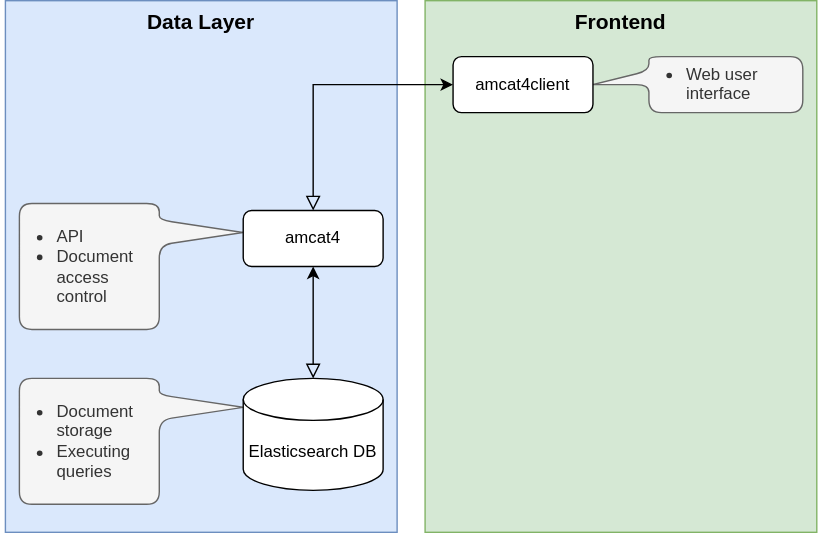
Above: amcat-flow-docker.drawio.svg in ccs-amsterdam/amcat4docker (draw.io), before the change. Source tidied: cells renumbered, new cells last; positions are measured from the earlier drawing's top-left corner, leaving out a move shared by most shapes.
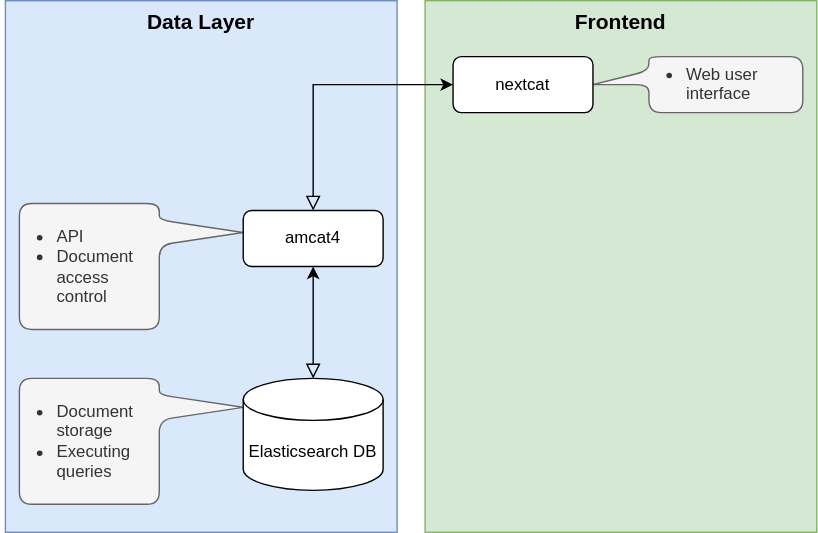
Later version of the same file.

The edit, as a diff of the source:
```diff
@@ -29,7 +29,7 @@
     <mxCell id="7" value="&lt;ul&gt;&lt;li&gt;Web user interface&lt;/li&gt;&lt;/ul&gt;" style="shape=callout;whiteSpace=wrap;html=1;perimeter=calloutPerimeter;perimeterSpacing=0;rounded=1;position2=0.5;base=10;size=40;position=0.25;rotation=0;arcSize=18;align=left;verticalAlign=top;spacing=0;spacingRight=0;spacingLeft=-13;strokeWidth=1;fillColor=#f5f5f5;fontColor=#333333;strokeColor=#666666;direction=south;spacingBottom=0;spacingTop=-11;" parent="1" vertex="1">
       <mxGeometry x="420" y="40" width="150" height="40" as="geometry" />
     </mxCell>
-    <mxCell id="8" value="amcat4client" style="rounded=1;whiteSpace=wrap;html=1;fontSize=12;glass=0;strokeWidth=1;shadow=0;" parent="1" vertex="1">
+    <mxCell id="8" value="nextcat" style="rounded=1;whiteSpace=wrap;html=1;fontSize=12;glass=0;strokeWidth=1;shadow=0;" parent="1" vertex="1">
       <mxGeometry x="320" y="40" width="100" height="40" as="geometry" />
     </mxCell>
     <mxCell id="9" value="&lt;ul&gt;&lt;li&gt;API&lt;/li&gt;&lt;li&gt;Document access control&lt;/li&gt;&lt;/ul&gt;" style="shape=callout;whiteSpace=wrap;html=1;perimeter=calloutPerimeter;perimeterSpacing=0;rounded=1;position2=0.77;base=18;size=60;position=0.67;rotation=0;arcSize=18;align=left;verticalAlign=top;spacing=0;spacingRight=0;spacingLeft=-13;strokeWidth=1;fillColor=#f5f5f5;fontColor=#333333;strokeColor=#666666;direction=north;" parent="1" vertex="1">
```
